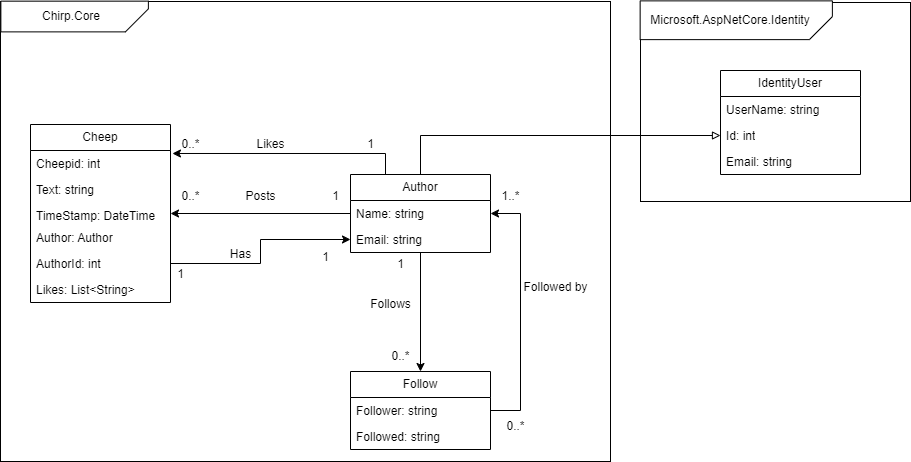
ITU-BDSA2024-GROUP15/Chirp keeps this draw.io diagram as docs/images/DomainModelChirp.drawio.png. Above is the earlier version. Source tidied: cells renumbered, new cells last; positions are measured from the earlier drawing's top-left corner, leaving out a move shared by most shapes.
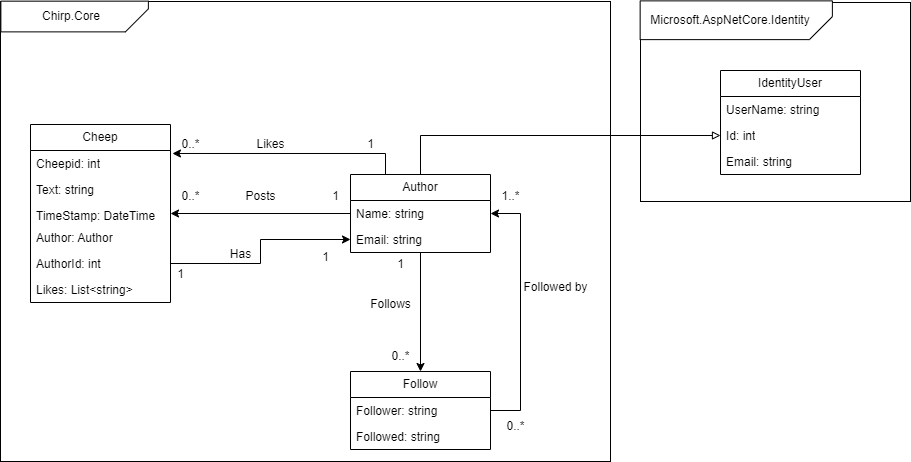
The same file after the commit.

Commit message:
report: fixed error in Domain model

What changed in the source:
```diff
@@ -38,7 +38,7 @@
     <mxCell id="13" value="AuthorId: int" style="text;strokeColor=none;fillColor=none;align=left;verticalAlign=top;spacingLeft=4;spacingRight=4;overflow=hidden;points=[[0,0.5],[1,0.5]];portConstraint=eastwest;whiteSpace=wrap;html=1;" parent="8" vertex="1">
       <mxGeometry y="126" width="140" height="26" as="geometry" />
     </mxCell>
-    <mxCell id="14" value="Likes: List&amp;lt;String&amp;gt;" style="text;strokeColor=none;fillColor=none;align=left;verticalAlign=top;spacingLeft=4;spacingRight=4;overflow=hidden;whiteSpace=wrap;html=1;" parent="8" vertex="1">
+    <mxCell id="14" value="Likes: List&amp;lt;string&amp;gt;" style="text;strokeColor=none;fillColor=none;align=left;verticalAlign=top;spacingLeft=4;spacingRight=4;overflow=hidden;whiteSpace=wrap;html=1;" parent="8" vertex="1">
       <mxGeometry y="152" width="140" height="26" as="geometry" />
     </mxCell>
     <mxCell id="15" style="edgeStyle=orthogonalEdgeStyle;rounded=0;jettySize=auto;html=1;entryX=1;entryY=0.5;entryDx=0;entryDy=0;" parent="1" edge="1" source="18" target="8">
```
